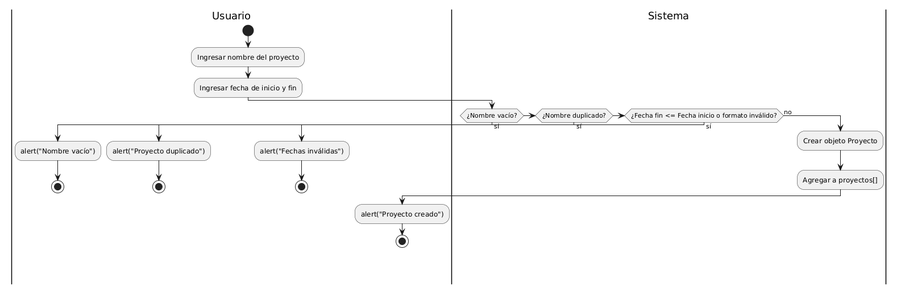
Earlier version of the PlantUML export docs/05-diagramas/01-diagrama-de-actividades/actividad-flujo-1-crear-proyecto.png (martindebenedetti/Planix).
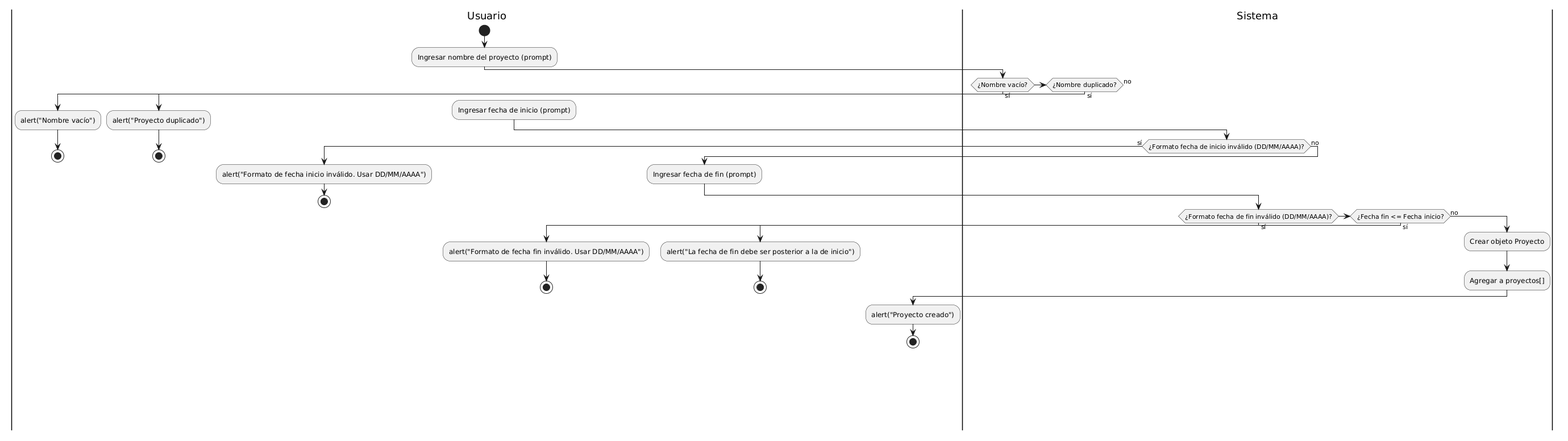
Later version of the same file.

Change to the diagram source:
```diff
@@ -1,8 +1,7 @@
 @startuml
 |Usuario|
 start
-:Ingresar nombre del proyecto;
-:Ingresar fecha de inicio y fin;
+:Ingresar nombre del proyecto (prompt);
 
 |Sistema|
 if (¿Nombre vacío?) then (sí)
@@ -13,16 +12,34 @@
   |Usuario|
   :alert("Proyecto duplicado");
   stop
-elseif (¿Fecha fin <= Fecha inicio o formato inválido?) then (sí)
+else (no)
   |Usuario|
-  :alert("Fechas inválidas");
-  stop
-else (no)
+  :Ingresar fecha de inicio (prompt);
   |Sistema|
-  :Crear objeto Proyecto;
-  :Agregar a proyectos[];
-  |Usuario|
-  :alert("Proyecto creado");
-  stop
+  if (¿Formato fecha de inicio inválido (DD/MM/AAAA)?) then (sí)
+    |Usuario|
+    :alert("Formato de fecha inicio inválido. Usar DD/MM/AAAA");
+    stop
+  else (no)
+    |Usuario|
+    :Ingresar fecha de fin (prompt);
+    |Sistema|
+    if (¿Formato fecha de fin inválido (DD/MM/AAAA)?) then (sí)
+      |Usuario|
+      :alert("Formato de fecha fin inválido. Usar DD/MM/AAAA");
+      stop
+    elseif (¿Fecha fin <= Fecha inicio?) then (sí)
+      |Usuario|
+      :alert("La fecha de fin debe ser posterior a la de inicio");
+      stop
+    else (no)
+      |Sistema|
+      :Crear objeto Proyecto;
+      :Agregar a proyectos[];
+      |Usuario|
+      :alert("Proyecto creado");
+      stop
+    endif
+  endif
 endif
 @enduml
```
